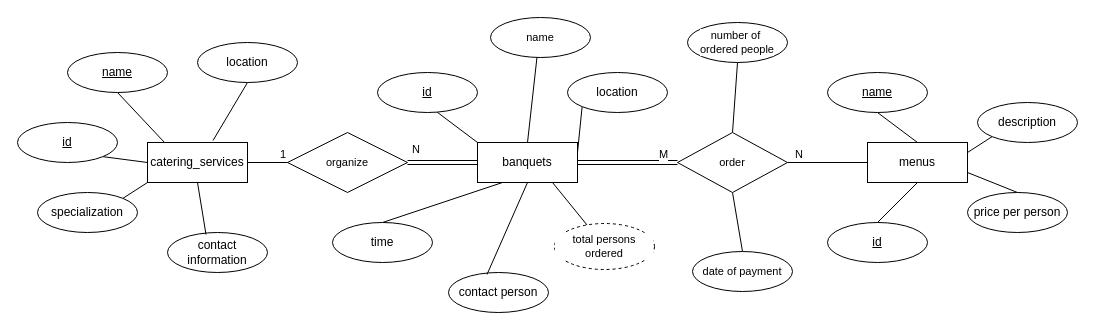
The draw.io diagram page "Page-2" (2 of 4) of Untitled Diagram.drawio in 10n6z/meo, before the edit. Source tidied: cells renumbered, new cells numbered last; positions are measured from the earlier drawing's top-left corner, leaving out a move shared by most shapes. Both pictures are drawn from the tidied source at 100%, with x=0, y=0 at pixel (17, 17).
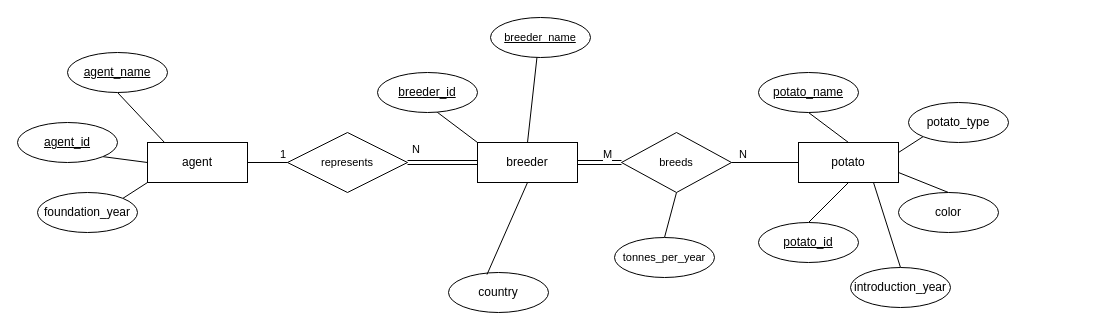
Above is the later version.

What changed in the source:
```diff
@@
-    <mxCell id="2" style="shape=connector;rounded=0;jettySize=auto;html=1;exitX=0.655;exitY=-0.05;exitDx=0;exitDy=0;entryX=0.5;entryY=1;entryDx=0;entryDy=0;strokeColor=default;align=center;verticalAlign=middle;fontFamily=Helvetica;fontSize=11;fontColor=default;labelBackgroundColor=default;startFill=0;endArrow=none;exitPerimeter=0;" parent="1" edge="1" source="6" target="9">
-      <mxGeometry relative="1" as="geometry" />
-    </mxCell>
@@
-    <mxCell id="6" value="catering_services" style="whiteSpace=wrap;html=1;align=center;" parent="1" vertex="1">
+    <mxCell id="6" value="agent" style="whiteSpace=wrap;html=1;align=center;" parent="1" vertex="1">
       <mxGeometry x="130" y="125" width="100" height="40" as="geometry" />
     </mxCell>
-    <mxCell id="7" value="specialization" style="ellipse;whiteSpace=wrap;html=1;align=center;" parent="1" vertex="1">
+    <mxCell id="7" value="foundation_year" style="ellipse;whiteSpace=wrap;html=1;align=center;" parent="1" vertex="1">
       <mxGeometry x="20" y="175" width="100" height="40" as="geometry" />
     </mxCell>
-    <mxCell id="8" value="contact information" style="ellipse;whiteSpace=wrap;html=1;align=center;" parent="1" vertex="1">
-      <mxGeometry x="150" y="215" width="100" height="40" as="geometry" />
-    </mxCell>
-    <mxCell id="9" value="location" style="ellipse;whiteSpace=wrap;html=1;align=center;" parent="1" vertex="1">
-      <mxGeometry x="180" y="25" width="100" height="40" as="geometry" />
-    </mxCell>
-    <mxCell id="10" value="name" style="ellipse;whiteSpace=wrap;html=1;align=center;fontStyle=4;" parent="1" vertex="1">
+    <mxCell id="10" value="agent_name" style="ellipse;whiteSpace=wrap;html=1;align=center;fontStyle=4;" parent="1" vertex="1">
       <mxGeometry x="50" y="35" width="100" height="40" as="geometry" />
     </mxCell>
-    <mxCell id="11" value="id" style="ellipse;whiteSpace=wrap;html=1;align=center;fontStyle=4;" parent="1" vertex="1">
+    <mxCell id="11" value="agent_id" style="ellipse;whiteSpace=wrap;html=1;align=center;fontStyle=4;" parent="1" vertex="1">
       <mxGeometry y="105" width="100" height="40" as="geometry" />
     </mxCell>
-    <mxCell id="12" style="endArrow=none;html=1;rounded=0;exitX=0.5;exitY=1;exitDx=0;exitDy=0;entryX=0.385;entryY=0.05;entryDx=0;entryDy=0;entryPerimeter=0;" parent="1" edge="1" source="6" target="8">
-      <mxGeometry relative="1" as="geometry" />
-    </mxCell>
-    <mxCell id="13" style="shape=connector;rounded=0;jettySize=auto;html=1;exitX=1;exitY=0.25;exitDx=0;exitDy=0;entryX=0;entryY=1;entryDx=0;entryDy=0;strokeColor=default;align=center;verticalAlign=middle;fontFamily=Helvetica;fontSize=11;fontColor=default;labelBackgroundColor=default;startFill=0;endArrow=none;" parent="1" edge="1" source="18" target="21">
-      <mxGeometry relative="1" as="geometry" />
-    </mxCell>
@@
-    <mxCell id="16" style="edgeStyle=none;shape=connector;rounded=0;jettySize=auto;html=1;exitX=0.25;exitY=1;exitDx=0;exitDy=0;entryX=0.5;entryY=0;entryDx=0;entryDy=0;strokeColor=default;align=center;verticalAlign=middle;fontFamily=Helvetica;fontSize=11;fontColor=default;labelBackgroundColor=default;startFill=0;endArrow=none;" parent="1" edge="1" source="18" target="19">
-      <mxGeometry relative="1" as="geometry" />
-    </mxCell>
-    <mxCell id="17" style="edgeStyle=none;shape=connector;rounded=0;jettySize=auto;html=1;exitX=0.75;exitY=1;exitDx=0;exitDy=0;strokeColor=default;align=center;verticalAlign=middle;fontFamily=Helvetica;fontSize=11;fontColor=default;labelBackgroundColor=default;startFill=0;endArrow=none;" parent="1" edge="1" source="18" target="49">
-      <mxGeometry relative="1" as="geometry" />
-    </mxCell>
-    <mxCell id="18" value="banquets" style="whiteSpace=wrap;html=1;align=center;" parent="1" vertex="1">
+    <mxCell id="18" value="breeder" style="whiteSpace=wrap;html=1;align=center;" parent="1" vertex="1">
       <mxGeometry x="460" y="125" width="100" height="40" as="geometry" />
     </mxCell>
-    <mxCell id="19" value="time" style="ellipse;whiteSpace=wrap;html=1;align=center;" parent="1" vertex="1">
-      <mxGeometry x="315" y="205" width="100" height="40" as="geometry" />
-    </mxCell>
-    <mxCell id="20" value="contact person" style="ellipse;whiteSpace=wrap;html=1;align=center;" parent="1" vertex="1">
+    <mxCell id="20" value="country" style="ellipse;whiteSpace=wrap;html=1;align=center;" parent="1" vertex="1">
       <mxGeometry x="431" y="255" width="100" height="40" as="geometry" />
     </mxCell>
-    <mxCell id="21" value="location" style="ellipse;whiteSpace=wrap;html=1;align=center;" parent="1" vertex="1">
-      <mxGeometry x="550" y="55" width="100" height="40" as="geometry" />
-    </mxCell>
-    <mxCell id="22" value="id" style="ellipse;whiteSpace=wrap;html=1;align=center;fontStyle=4;" parent="1" vertex="1">
+    <mxCell id="22" value="breeder_id" style="ellipse;whiteSpace=wrap;html=1;align=center;fontStyle=4;" parent="1" vertex="1">
       <mxGeometry x="360" y="55" width="100" height="40" as="geometry" />
     </mxCell>
@@
-    <mxCell id="24" value="organize" style="shape=rhombus;perimeter=rhombusPerimeter;whiteSpace=wrap;html=1;align=center;fontFamily=Helvetica;fontSize=11;fontColor=default;labelBackgroundColor=default;" parent="1" vertex="1">
+    <mxCell id="24" value="represents" style="shape=rhombus;perimeter=rhombusPerimeter;whiteSpace=wrap;html=1;align=center;fontFamily=Helvetica;fontSize=11;fontColor=default;labelBackgroundColor=default;" parent="1" vertex="1">
       <mxGeometry x="270" y="115" width="120" height="60" as="geometry" />
     </mxCell>
@@
-    <mxCell id="33" value="menus" style="whiteSpace=wrap;html=1;align=center;" parent="1" vertex="1">
-      <mxGeometry x="850" y="125" width="100" height="40" as="geometry" />
+    <mxCell id="33" value="potato" style="whiteSpace=wrap;html=1;align=center;" parent="1" vertex="1">
+      <mxGeometry x="781" y="125" width="100" height="40" as="geometry" />
     </mxCell>
-    <mxCell id="34" value="price per person" style="ellipse;whiteSpace=wrap;html=1;align=center;" parent="1" vertex="1">
-      <mxGeometry x="950" y="175" width="100" height="40" as="geometry" />
+    <mxCell id="34" value="color" style="ellipse;whiteSpace=wrap;html=1;align=center;" parent="1" vertex="1">
+      <mxGeometry x="881" y="175" width="100" height="40" as="geometry" />
     </mxCell>
-    <mxCell id="35" value="description" style="ellipse;whiteSpace=wrap;html=1;align=center;" parent="1" vertex="1">
-      <mxGeometry x="960" y="85" width="100" height="40" as="geometry" />
+    <mxCell id="35" value="potato_type" style="ellipse;whiteSpace=wrap;html=1;align=center;" parent="1" vertex="1">
+      <mxGeometry x="891" y="85" width="100" height="40" as="geometry" />
     </mxCell>
-    <mxCell id="36" value="name" style="ellipse;whiteSpace=wrap;html=1;align=center;fontStyle=4;" parent="1" vertex="1">
-      <mxGeometry x="810" y="55" width="100" height="40" as="geometry" />
+    <mxCell id="36" value="potato_name" style="ellipse;whiteSpace=wrap;html=1;align=center;fontStyle=4;" parent="1" vertex="1">
+      <mxGeometry x="741" y="55" width="100" height="40" as="geometry" />
     </mxCell>
-    <mxCell id="37" value="id" style="ellipse;whiteSpace=wrap;html=1;align=center;fontStyle=4;" parent="1" vertex="1">
-      <mxGeometry x="810" y="205" width="100" height="40" as="geometry" />
+    <mxCell id="37" value="potato_id" style="ellipse;whiteSpace=wrap;html=1;align=center;fontStyle=4;" parent="1" vertex="1">
+      <mxGeometry x="741" y="205" width="100" height="40" as="geometry" />
     </mxCell>
-    <mxCell id="38" style="edgeStyle=none;shape=connector;rounded=0;jettySize=auto;html=1;exitX=0.5;exitY=0;exitDx=0;exitDy=0;entryX=0.5;entryY=1;entryDx=0;entryDy=0;strokeColor=default;align=center;verticalAlign=middle;fontFamily=Helvetica;fontSize=11;fontColor=default;labelBackgroundColor=default;startFill=0;endArrow=none;" parent="1" edge="1" source="40" target="47">
-      <mxGeometry relative="1" as="geometry" />
-    </mxCell>
@@
-    <mxCell id="40" value="order" style="shape=rhombus;perimeter=rhombusPerimeter;whiteSpace=wrap;html=1;align=center;fontFamily=Helvetica;fontSize=11;fontColor=default;labelBackgroundColor=default;" parent="1" vertex="1">
-      <mxGeometry x="660" y="115" width="110" height="60" as="geometry" />
+    <mxCell id="40" value="breeds" style="shape=rhombus;perimeter=rhombusPerimeter;whiteSpace=wrap;html=1;align=center;fontFamily=Helvetica;fontSize=11;fontColor=default;labelBackgroundColor=default;" parent="1" vertex="1">
+      <mxGeometry x="604" y="115" width="110" height="60" as="geometry" />
     </mxCell>
@@
-    <mxCell id="46" value="date of payment" style="ellipse;whiteSpace=wrap;html=1;align=center;fontFamily=Helvetica;fontSize=11;fontColor=default;labelBackgroundColor=default;" parent="1" vertex="1">
-      <mxGeometry x="675" y="234" width="100" height="40" as="geometry" />
+    <mxCell id="46" value="tonnes_per_year" style="ellipse;whiteSpace=wrap;html=1;align=center;fontFamily=Helvetica;fontSize=11;fontColor=default;labelBackgroundColor=default;" parent="1" vertex="1">
+      <mxGeometry x="597" y="220" width="100" height="40" as="geometry" />
     </mxCell>
-    <mxCell id="47" value="number of&amp;nbsp;&lt;div&gt;ordered people&lt;/div&gt;" style="ellipse;whiteSpace=wrap;html=1;align=center;fontFamily=Helvetica;fontSize=11;fontColor=default;labelBackgroundColor=default;" parent="1" vertex="1">
-      <mxGeometry x="670" y="5" width="100" height="40" as="geometry" />
-    </mxCell>
-    <mxCell id="48" value="name" style="ellipse;whiteSpace=wrap;html=1;align=center;fontFamily=Helvetica;fontSize=11;fontColor=default;labelBackgroundColor=default;" parent="1" vertex="1">
+    <mxCell id="48" value="&lt;u&gt;breeder_name&lt;/u&gt;" style="ellipse;whiteSpace=wrap;html=1;align=center;fontFamily=Helvetica;fontSize=11;fontColor=default;labelBackgroundColor=default;" parent="1" vertex="1">
       <mxGeometry x="473" width="100" height="40" as="geometry" />
     </mxCell>
-    <mxCell id="49" value="total persons ordered" style="ellipse;whiteSpace=wrap;html=1;align=center;dashed=1;fontFamily=Helvetica;fontSize=11;fontColor=default;labelBackgroundColor=default;" parent="1" vertex="1">
-      <mxGeometry x="537" y="206" width="100" height="46" as="geometry" />
-    </mxCell>
+    <mxCell id="50" style="rounded=0;jettySize=auto;html=1;exitX=0.5;exitY=0;exitDx=0;exitDy=0;entryX=0.75;entryY=1;entryDx=0;entryDy=0;endArrow=none;startFill=0;" parent="1" edge="1" source="51" target="33">
+      <mxGeometry relative="1" as="geometry" />
+    </mxCell>
+    <mxCell id="51" value="introduction_year" style="ellipse;whiteSpace=wrap;html=1;align=center;" parent="1" vertex="1">
+      <mxGeometry x="833" y="250" width="100" height="40" as="geometry" />
+    </mxCell>
```
